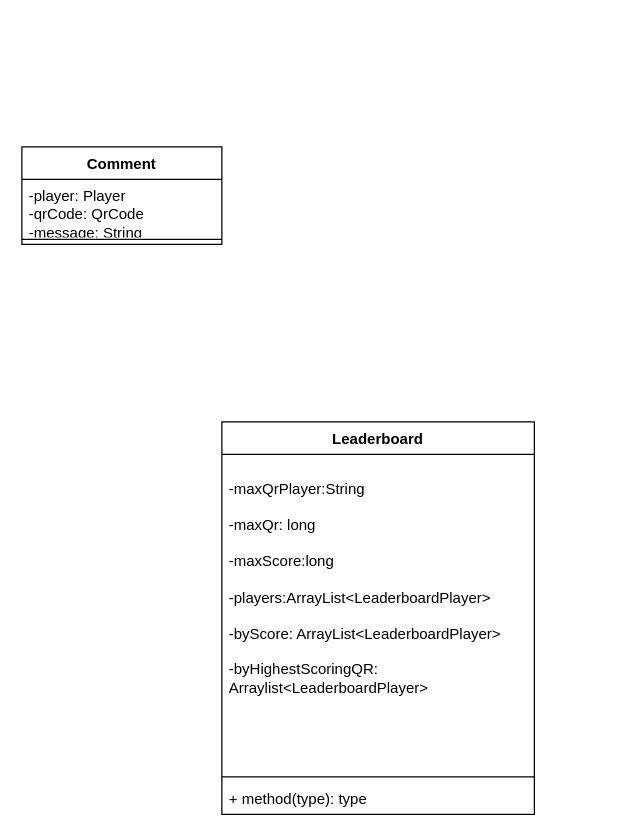
Above: Canary_UML.drawio in bc-davin/Canary_UML (draw.io), before the change. Source tidied: cells renumbered, new cells numbered last; positions are measured from the earlier drawing's top-left corner, leaving out a move shared by most shapes. Both pictures are drawn from the tidied source at 125%, with x=0, y=0 at pixel (21, 146).
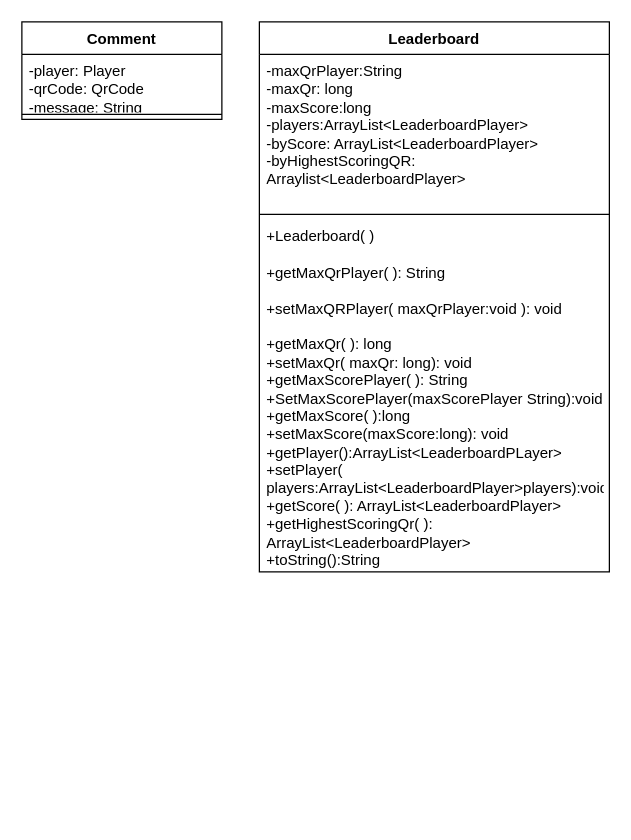
The same diagram, later.

Diff of the diagram source:
```diff
@@
 <mxGraphModel>
   <root>
     <mxCell id="0" />
     <mxCell id="1" parent="0" />
     <mxCell id="2" value="Comment" style="swimlane;fontStyle=1;align=center;verticalAlign=top;horizontal=1;startSize=26;whiteSpace=wrap;html=1;" parent="1" vertex="1">
-      <mxGeometry width="160" height="78" as="geometry" />
+      <mxGeometry y="-100" width="160" height="78" as="geometry" />
     </mxCell>
     <mxCell id="3" value="-player: Player&lt;br&gt;-qrCode: QrCode&lt;br&gt;-message: String" style="text;strokeColor=none;fillColor=none;align=left;verticalAlign=top;spacingLeft=4;spacingRight=4;overflow=hidden;whiteSpace=wrap;html=1;" parent="2" vertex="1">
       <mxGeometry y="26" width="160" height="44" as="geometry" />
     </mxCell>
     <mxCell id="4" style="line;strokeWidth=1;fillColor=none;align=left;verticalAlign=middle;spacingTop=-1;spacingLeft=3;spacingRight=3;labelPosition=right;strokeColor=inherit;" parent="2" vertex="1">
       <mxGeometry y="70" width="160" height="8" as="geometry" />
     </mxCell>
     <mxCell id="5" value="Leaderboard" style="swimlane;fontStyle=1;align=center;verticalAlign=top;horizontal=1;startSize=26;whiteSpace=wrap;html=1;" parent="1" vertex="1">
-      <mxGeometry x="160" y="220" width="250" height="314" as="geometry" />
+      <mxGeometry x="190" y="-100" width="280" height="440" as="geometry" />
     </mxCell>
-    <mxCell id="6" value="&lt;br&gt;-maxQrPlayer:String&lt;br&gt;&lt;br&gt;-maxQr: long&lt;br&gt;&lt;br&gt;-maxScore:long&lt;br&gt;&lt;br&gt;-players:ArrayList&amp;lt;LeaderboardPlayer&amp;gt;&lt;br&gt;&lt;br&gt;-byScore: ArrayList&amp;lt;LeaderboardPlayer&amp;gt;&lt;br&gt;&lt;br&gt;-byHighestScoringQR: Arraylist&amp;lt;LeaderboardPlayer&amp;gt;" style="text;strokeColor=none;fillColor=none;align=left;verticalAlign=top;spacingLeft=4;spacingRight=4;overflow=hidden;whiteSpace=wrap;html=1;" parent="5" vertex="1">
-      <mxGeometry y="26" width="250" height="254" as="geometry" />
+    <mxCell id="6" value="-maxQrPlayer:String&lt;br&gt;-maxQr: long&lt;br&gt;-maxScore:long&lt;br&gt;-players:ArrayList&amp;lt;LeaderboardPlayer&amp;gt;&lt;br&gt;-byScore: ArrayList&amp;lt;LeaderboardPlayer&amp;gt;&lt;br&gt;-byHighestScoringQR: Arraylist&amp;lt;LeaderboardPlayer&amp;gt;" style="text;strokeColor=none;fillColor=none;align=left;verticalAlign=top;spacingLeft=4;spacingRight=4;overflow=hidden;whiteSpace=wrap;html=1;" parent="5" vertex="1">
+      <mxGeometry y="26" width="280" height="124" as="geometry" />
     </mxCell>
     <mxCell id="7" style="line;strokeWidth=1;fillColor=none;align=left;verticalAlign=middle;spacingTop=-1;spacingLeft=3;spacingRight=3;labelPosition=right;strokeColor=inherit;" parent="5" vertex="1">
-      <mxGeometry y="280" width="250" height="8" as="geometry" />
+      <mxGeometry y="150" width="280" height="8" as="geometry" />
     </mxCell>
-    <mxCell id="8" value="+ method(type): type" style="text;strokeColor=none;fillColor=none;align=left;verticalAlign=top;spacingLeft=4;spacingRight=4;overflow=hidden;whiteSpace=wrap;html=1;" parent="5" vertex="1">
-      <mxGeometry y="288" width="250" height="26" as="geometry" />
+    <mxCell id="8" value="+Leaderboard( )&lt;br&gt;&lt;br&gt;+getMaxQrPlayer( ): String&lt;br&gt;&lt;br&gt;+setMaxQRPlayer( maxQrPlayer:void ): void&lt;br&gt;&lt;br&gt;+getMaxQr( ): long&lt;br&gt;+setMaxQr( maxQr: long): void&lt;br&gt;+getMaxScorePlayer( ): String&lt;br&gt;+SetMaxScorePlayer(maxScorePlayer String):void&lt;br&gt;+getMaxScore( ):long&lt;br&gt;+setMaxScore(maxScore:long): void&lt;br&gt;+getPlayer():ArrayList&amp;lt;LeaderboardPLayer&amp;gt;&lt;br&gt;+setPlayer( players:ArrayList&amp;lt;LeaderboardPlayer&amp;gt;players):void&lt;br&gt;+getScore( ): ArrayList&amp;lt;LeaderboardPlayer&amp;gt;&lt;br&gt;+getHighestScoringQr( ): ArrayList&amp;lt;LeaderboardPlayer&amp;gt;&lt;br&gt;+toString():String" style="text;strokeColor=none;fillColor=none;align=left;verticalAlign=top;spacingLeft=4;spacingRight=4;overflow=hidden;whiteSpace=wrap;html=1;" parent="5" vertex="1">
+      <mxGeometry y="158" width="280" height="282" as="geometry" />
     </mxCell>
   </root>
 </mxGraphModel>
```
